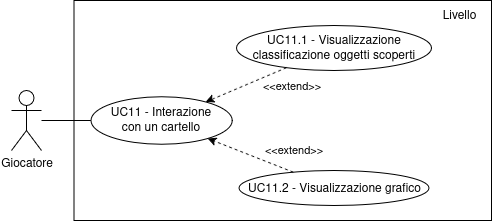
fliposab/ProgettoStage keeps this draw.io diagram as Documentazione/source/imgs/uc-interazione_cartello.png. Above is the earlier version. Source tidied: cells renumbered, new cells last; positions are measured from the earlier drawing's top-left corner, leaving out a move shared by most shapes.
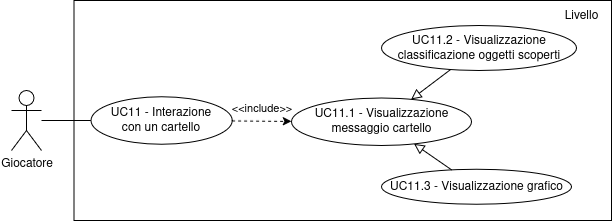
After the commit.

What changed in the source:
```diff
@@ -3,7 +3,7 @@
     <mxCell id="0" />
     <mxCell id="1" parent="0" />
     <mxCell id="2" style="rounded=0;whiteSpace=wrap;html=1;gradientColor=none;" parent="1" vertex="1">
-      <mxGeometry x="62.5" width="417.5" height="220" as="geometry" />
+      <mxGeometry x="62.5" width="537.5" height="220" as="geometry" />
     </mxCell>
     <mxCell id="3" style="rounded=0;jettySize=auto;html=1;entryX=0;entryY=0.5;entryDx=0;entryDy=0;endArrow=none;startFill=0;" parent="1" edge="1" source="4" target="5">
       <mxGeometry relative="1" as="geometry" />
@@ -15,29 +15,30 @@
       <mxGeometry x="79.4" y="96.2" width="141.2" height="47.5" as="geometry" />
     </mxCell>
     <mxCell id="6" value="Livello" style="text;html=1;align=center;verticalAlign=middle;whiteSpace=wrap;rounded=0;" parent="1" vertex="1">
-      <mxGeometry x="417.5" width="60" height="30" as="geometry" />
+      <mxGeometry x="540" width="60" height="30" as="geometry" />
     </mxCell>
-    <mxCell id="7" value="&lt;div&gt;UC11.2 - Visualizzazione grafico&lt;/div&gt;" style="ellipse;whiteSpace=wrap;html=1;" parent="1" vertex="1">
-      <mxGeometry x="227.5" y="170" width="190" height="35" as="geometry" />
+    <mxCell id="7" value="&lt;div&gt;UC11.3 - Visualizzazione grafico&lt;/div&gt;" style="ellipse;whiteSpace=wrap;html=1;" parent="1" vertex="1">
+      <mxGeometry x="370" y="168.8" width="190" height="35" as="geometry" />
     </mxCell>
-    <mxCell id="8" style="rounded=0;jettySize=auto;html=1;endArrow=classic;endFill=1;dashed=1;startArrow=none;startFill=0;" parent="1" edge="1" source="7" target="5">
-      <mxGeometry relative="1" as="geometry" />
+    <mxCell id="8" value="&lt;div&gt;UC11.2 - Visualizzazione&lt;/div&gt;&lt;div&gt;classificazione oggetti scoperti&lt;/div&gt;" style="ellipse;whiteSpace=wrap;html=1;" parent="1" vertex="1">
+      <mxGeometry x="370" y="25" width="195" height="45" as="geometry" />
     </mxCell>
-    <mxCell id="9" value="&amp;lt;&amp;lt;extend&amp;gt;&amp;gt;" style="edgeLabel;html=1;align=center;verticalAlign=middle;labelBackgroundColor=none;" parent="8" vertex="1">
-      <mxGeometry x="-0.32" y="1" relative="1" as="geometry">
-        <mxPoint x="29" y="-12" as="offset" />
-      </mxGeometry>
+    <mxCell id="9" style="rounded=0;jettySize=auto;html=1;endArrow=classic;endFill=1;dashed=1;startArrow=none;startFill=0;" parent="1" edge="1" source="5" target="12">
+      <mxGeometry relative="1" as="geometry" />
     </mxCell>
-    <mxCell id="10" value="&lt;div&gt;UC11.1 - Visualizzazione&lt;/div&gt;&lt;div&gt;classificazione oggetti scoperti&lt;/div&gt;" style="ellipse;whiteSpace=wrap;html=1;" parent="1" vertex="1">
-      <mxGeometry x="225" y="25" width="195" height="45" as="geometry" />
+    <mxCell id="10" value="&amp;lt;&amp;lt;include&amp;gt;&amp;gt;" style="edgeLabel;html=1;align=center;verticalAlign=middle;points=[];labelBackgroundColor=none;" parent="9" vertex="1">
+      <mxGeometry x="-0.32" y="1" relative="1" as="geometry">
+        <mxPoint x="9" y="-12" as="offset" />
+      </mxGeometry>
     </mxCell>
-    <mxCell id="11" style="rounded=0;jettySize=auto;html=1;endArrow=classic;endFill=1;dashed=1;startArrow=none;startFill=0;" parent="1" edge="1" source="10" target="5">
+    <mxCell id="11" style="rounded=0;jettySize=auto;html=1;endArrow=block;endFill=0;endSize=8;" parent="1" edge="1" source="8" target="12">
       <mxGeometry relative="1" as="geometry" />
     </mxCell>
-    <mxCell id="12" value="&amp;lt;&amp;lt;extend&amp;gt;&amp;gt;" style="edgeLabel;html=1;align=center;verticalAlign=middle;points=[];labelBackgroundColor=none;" parent="11" vertex="1">
-      <mxGeometry x="-0.32" y="1" relative="1" as="geometry">
-        <mxPoint x="32" y="6" as="offset" />
-      </mxGeometry>
+    <mxCell id="12" value="&lt;div&gt;UC11.1 - Visualizzazione&lt;/div&gt;&lt;div&gt;messaggio cartello&lt;/div&gt;" style="ellipse;whiteSpace=wrap;html=1;" parent="1" vertex="1">
+      <mxGeometry x="280" y="97.5" width="180" height="47.5" as="geometry" />
     </mxCell>
+    <mxCell id="13" style="rounded=0;jettySize=auto;html=1;endArrow=block;endFill=0;endSize=8;" parent="1" edge="1" source="7" target="12">
+      <mxGeometry relative="1" as="geometry" />
+    </mxCell>
   </root>
 </mxGraphModel>
```
